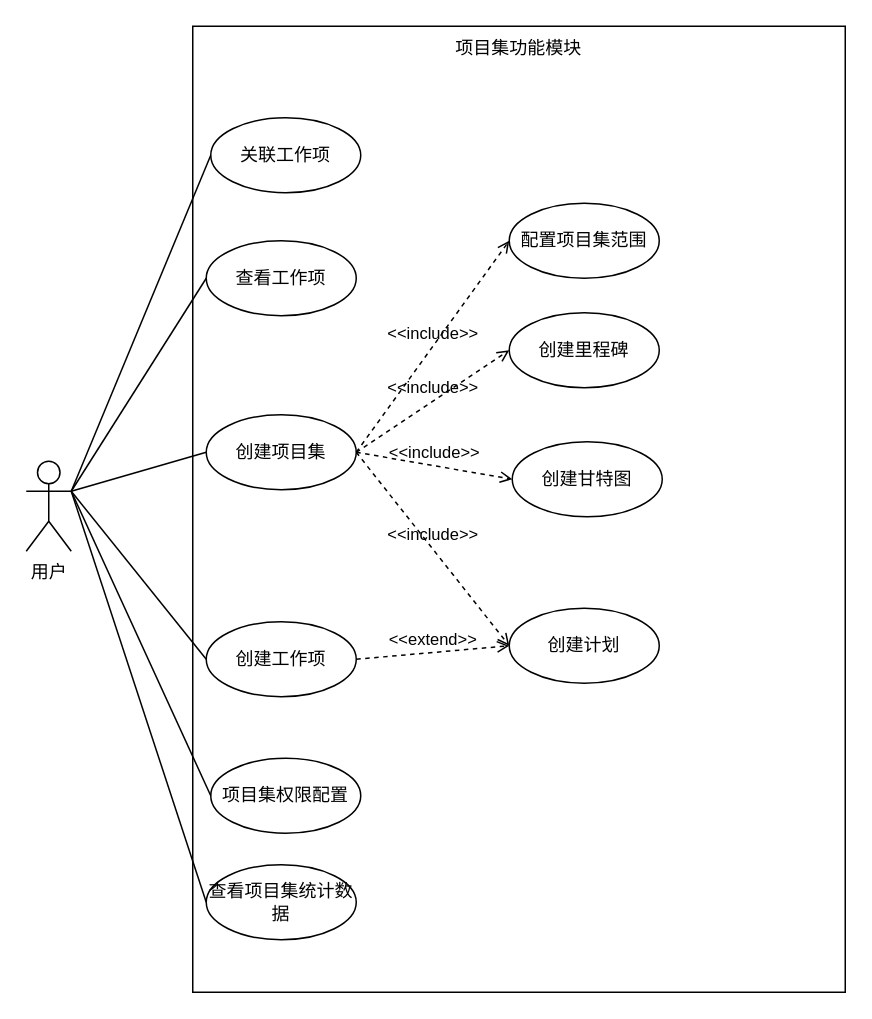
Above: 项目集模块用例图.drawio in qf2020/drawio (draw.io), before the change. Source tidied: cells renumbered, new cells numbered last; positions are measured from the earlier drawing's top-left corner, leaving out a move shared by most shapes. Both pictures are drawn from the tidied source at 150%, with x=0, y=0 at pixel (26, 26).
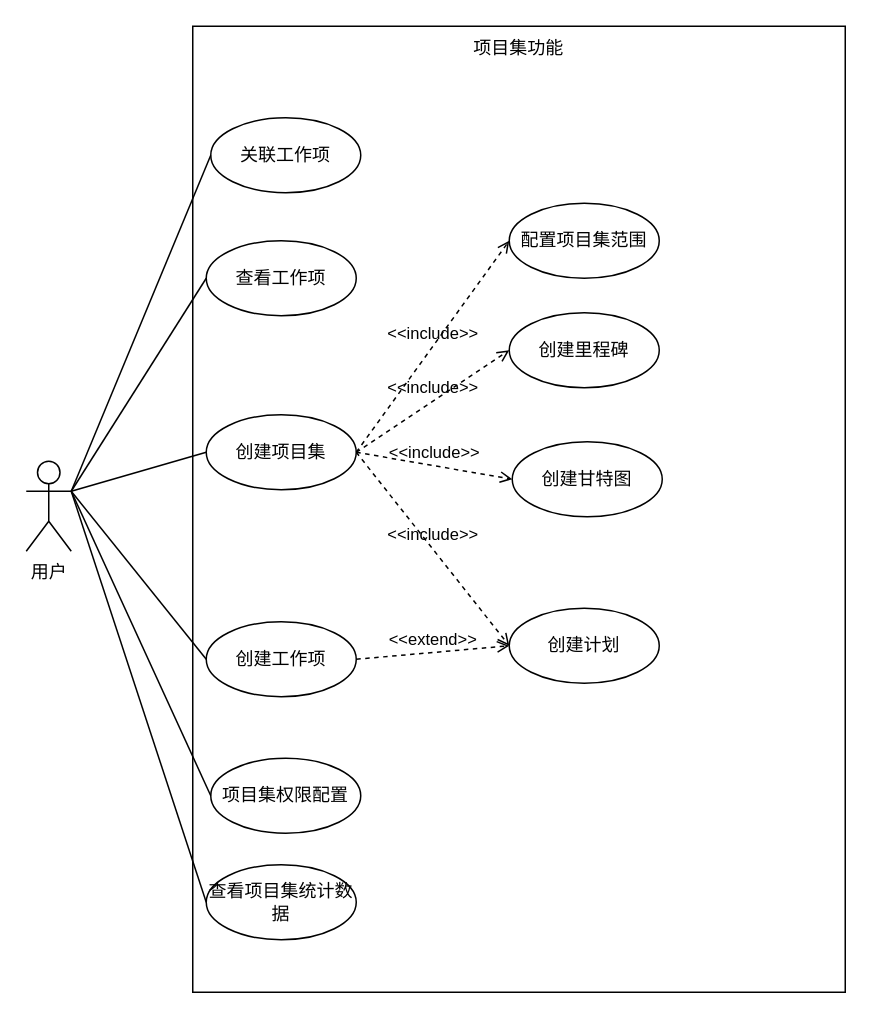
After the change.

Commit message:
更新项目集模块用例图.drawio

The edit, as a diff of the source:
```diff
@@
-    <mxCell id="4" value="项目集功能模块" style="text;html=1;align=center;verticalAlign=middle;whiteSpace=wrap;rounded=0;" parent="1" vertex="1">
+    <mxCell id="4" value="项目集功能" style="text;html=1;align=center;verticalAlign=middle;whiteSpace=wrap;rounded=0;" parent="1" vertex="1">
       <mxGeometry x="279" width="99" height="30" as="geometry" />
     </mxCell>
```
